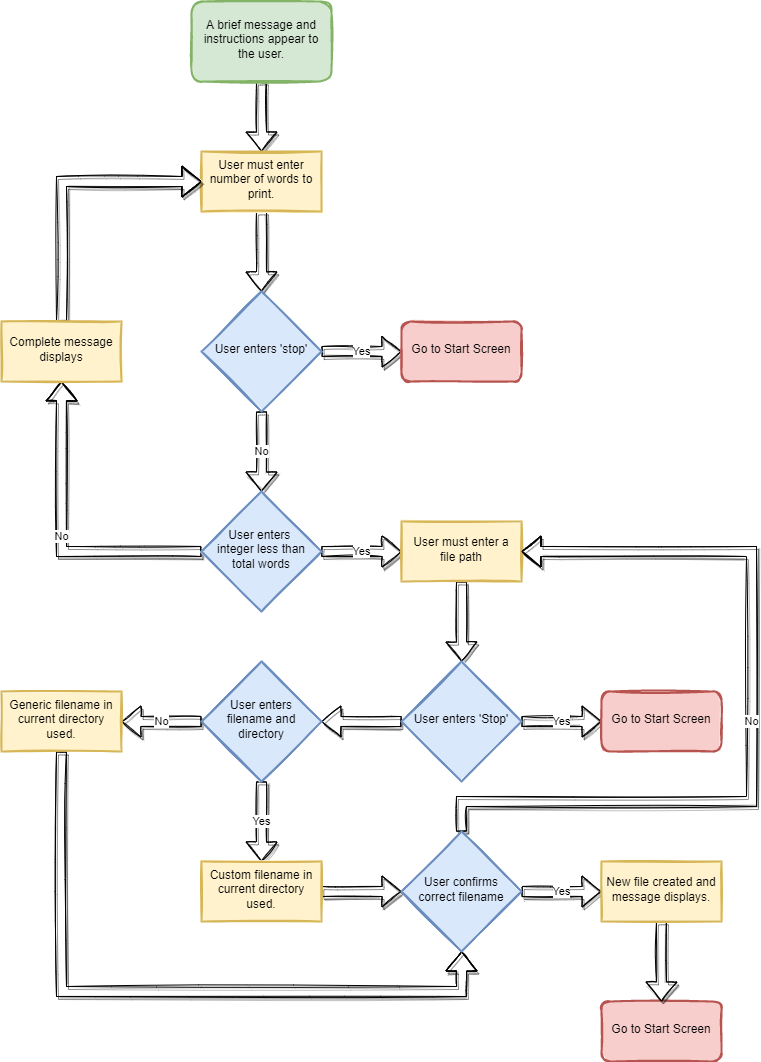
Before: Design/PrintScreenFlow.png, a diagram exported from draw.io (zkturman/LanguageCrawler). Source tidied: cells renumbered, new cells last; positions are measured from the earlier drawing's top-left corner, leaving out a move shared by most shapes. The source it was exported from:
```xml
<mxGraphModel>
  <root>
    <mxCell id="0" />
    <mxCell id="1" parent="0" />
    <mxCell id="2" style="edgeStyle=orthogonalEdgeStyle;rounded=0;jettySize=auto;html=1;exitX=0.5;exitY=1;exitDx=0;exitDy=0;entryX=0.5;entryY=0;entryDx=0;entryDy=0;sketch=1;strokeWidth=1;shadow=1;fillColor=default;shape=flexArrow;" parent="1" edge="1" source="9" target="5">
      <mxGeometry relative="1" as="geometry" />
    </mxCell>
    <mxCell id="3" value="Yes" style="edgeStyle=orthogonalEdgeStyle;rounded=0;jettySize=auto;html=1;exitX=1;exitY=0.5;exitDx=0;exitDy=0;entryX=0;entryY=0.5;entryDx=0;entryDy=0;sketch=1;strokeWidth=1;shadow=1;fillColor=default;shape=flexArrow;" parent="1" edge="1" source="5" target="6">
      <mxGeometry relative="1" as="geometry" />
    </mxCell>
    <mxCell id="4" value="No" style="edgeStyle=orthogonalEdgeStyle;rounded=0;jettySize=auto;html=1;exitX=0.5;exitY=1;exitDx=0;exitDy=0;entryX=0.5;entryY=0;entryDx=0;entryDy=0;sketch=1;strokeWidth=1;shadow=1;fillColor=default;shape=flexArrow;" parent="1" edge="1" source="5" target="14">
      <mxGeometry relative="1" as="geometry" />
    </mxCell>
    <mxCell id="5" value="User enters 'stop'" style="rhombus;whiteSpace=wrap;html=1;shadow=0;fontFamily=Helvetica;fontSize=12;align=center;strokeWidth=2;spacing=6;spacingTop=-4;fillColor=#dae8fc;strokeColor=#6c8ebf;sketch=1;fillStyle=solid;" parent="1" vertex="1">
      <mxGeometry x="200" y="290" width="120" height="120" as="geometry" />
    </mxCell>
    <mxCell id="6" value="Go to Start Screen" style="rounded=1;whiteSpace=wrap;html=1;fontSize=12;glass=0;strokeWidth=2;shadow=0;fillColor=#f8cecc;strokeColor=#b85450;spacing=6;spacingTop=-4;sketch=1;fillStyle=solid;" parent="1" vertex="1">
      <mxGeometry x="400" y="320" width="120" height="60" as="geometry" />
    </mxCell>
    <mxCell id="7" style="edgeStyle=orthogonalEdgeStyle;rounded=0;jettySize=auto;html=1;exitX=0.5;exitY=1;exitDx=0;exitDy=0;entryX=0.5;entryY=0;entryDx=0;entryDy=0;sketch=1;strokeWidth=1;shadow=1;fillColor=default;shape=flexArrow;" parent="1" edge="1" source="8" target="9">
      <mxGeometry relative="1" as="geometry" />
    </mxCell>
    <mxCell id="8" value="A brief message and instructions appear to the user." style="rounded=1;whiteSpace=wrap;html=1;fontSize=12;glass=0;strokeWidth=2;shadow=0;fillColor=#d5e8d4;strokeColor=#82b366;spacing=6;spacingTop=-4;sketch=1;fillStyle=solid;" parent="1" vertex="1">
      <mxGeometry x="190" width="140" height="80" as="geometry" />
    </mxCell>
    <mxCell id="9" value="User must enter number of words to print." style="rounded=0;whiteSpace=wrap;html=1;fillColor=#fff2cc;strokeColor=#d6b656;shadow=0;strokeWidth=2;spacing=6;spacingTop=-4;sketch=1;fillStyle=solid;" parent="1" vertex="1">
      <mxGeometry x="200" y="150" width="120" height="60" as="geometry" />
    </mxCell>
    <mxCell id="10" value="Go to Start Screen" style="rounded=1;whiteSpace=wrap;html=1;fontSize=12;glass=0;strokeWidth=2;shadow=0;fillColor=#f8cecc;strokeColor=#b85450;spacing=6;spacingTop=-4;sketch=1;fillStyle=solid;" parent="1" vertex="1">
      <mxGeometry x="600" y="1000" width="120" height="60" as="geometry" />
    </mxCell>
    <mxCell id="11" style="edgeStyle=orthogonalEdgeStyle;shape=flexArrow;rounded=0;sketch=1;jettySize=auto;html=1;exitX=0.5;exitY=1;exitDx=0;exitDy=0;entryX=0.5;entryY=0;entryDx=0;entryDy=0;shadow=1;labelBackgroundColor=default;fontFamily=Helvetica;fontSize=11;fontColor=default;endArrow=classic;strokeColor=default;strokeWidth=1;fillColor=default;" parent="1" edge="1" source="33" target="10">
      <mxGeometry relative="1" as="geometry" />
    </mxCell>
    <mxCell id="12" value="Yes&lt;br&gt;" style="edgeStyle=orthogonalEdgeStyle;rounded=0;jettySize=auto;html=1;exitX=1;exitY=0.5;exitDx=0;exitDy=0;sketch=1;strokeWidth=1;shadow=1;fillColor=default;shape=flexArrow;entryX=0;entryY=0.5;entryDx=0;entryDy=0;" parent="1" edge="1" source="14" target="16">
      <mxGeometry relative="1" as="geometry" />
    </mxCell>
    <mxCell id="13" value="No" style="edgeStyle=orthogonalEdgeStyle;shape=flexArrow;rounded=0;sketch=1;jettySize=auto;html=1;exitX=0;exitY=0.5;exitDx=0;exitDy=0;shadow=1;labelBackgroundColor=default;fontFamily=Helvetica;fontSize=11;fontColor=default;endArrow=classic;strokeColor=default;strokeWidth=1;fillColor=default;entryX=0.5;entryY=1;entryDx=0;entryDy=0;" parent="1" edge="1" source="14" target="18">
      <mxGeometry relative="1" as="geometry">
        <Array as="points">
          <mxPoint x="60" y="550" />
        </Array>
      </mxGeometry>
    </mxCell>
    <mxCell id="14" value="User enters &lt;br&gt;integer less than total words" style="rhombus;whiteSpace=wrap;html=1;shadow=0;fontFamily=Helvetica;fontSize=12;align=center;strokeWidth=2;spacing=6;spacingTop=-4;fillColor=#dae8fc;strokeColor=#6c8ebf;sketch=1;fillStyle=solid;" parent="1" vertex="1">
      <mxGeometry x="200" y="490" width="120" height="120" as="geometry" />
    </mxCell>
    <mxCell id="15" style="edgeStyle=orthogonalEdgeStyle;shape=flexArrow;rounded=0;sketch=1;jettySize=auto;html=1;exitX=0.5;exitY=1;exitDx=0;exitDy=0;entryX=0.5;entryY=0;entryDx=0;entryDy=0;shadow=1;labelBackgroundColor=default;fontFamily=Helvetica;fontSize=11;fontColor=default;endArrow=classic;strokeColor=default;strokeWidth=1;fillColor=default;" parent="1" edge="1" source="16" target="21">
      <mxGeometry relative="1" as="geometry" />
    </mxCell>
    <mxCell id="16" value="User must enter a file path" style="rounded=0;whiteSpace=wrap;html=1;fillColor=#fff2cc;strokeColor=#d6b656;shadow=0;strokeWidth=2;spacing=6;spacingTop=-4;sketch=1;fillStyle=solid;" parent="1" vertex="1">
      <mxGeometry x="400" y="520" width="120" height="60" as="geometry" />
    </mxCell>
    <mxCell id="17" style="edgeStyle=orthogonalEdgeStyle;shape=flexArrow;rounded=0;sketch=1;jettySize=auto;html=1;exitX=0.5;exitY=0;exitDx=0;exitDy=0;entryX=0;entryY=0.5;entryDx=0;entryDy=0;shadow=1;labelBackgroundColor=default;fontFamily=Helvetica;fontSize=11;fontColor=default;endArrow=classic;strokeColor=default;strokeWidth=1;fillColor=default;" parent="1" edge="1" source="18" target="9">
      <mxGeometry relative="1" as="geometry" />
    </mxCell>
    <mxCell id="18" value="Complete message displays" style="rounded=0;whiteSpace=wrap;html=1;fillColor=#fff2cc;strokeColor=#d6b656;shadow=0;strokeWidth=2;spacing=6;spacingTop=-4;sketch=1;fillStyle=solid;" parent="1" vertex="1">
      <mxGeometry y="320" width="120" height="60" as="geometry" />
    </mxCell>
    <mxCell id="19" value="Yes" style="edgeStyle=orthogonalEdgeStyle;rounded=0;jettySize=auto;html=1;exitX=1;exitY=0.5;exitDx=0;exitDy=0;entryX=0;entryY=0.5;entryDx=0;entryDy=0;sketch=1;strokeWidth=1;shadow=1;fillColor=default;shape=flexArrow;" parent="1" edge="1" source="21" target="22">
      <mxGeometry relative="1" as="geometry" />
    </mxCell>
    <mxCell id="20" style="edgeStyle=orthogonalEdgeStyle;shape=flexArrow;rounded=0;sketch=1;jettySize=auto;html=1;exitX=0;exitY=0.5;exitDx=0;exitDy=0;shadow=1;labelBackgroundColor=default;fontFamily=Helvetica;fontSize=11;fontColor=default;endArrow=classic;strokeColor=default;strokeWidth=1;fillColor=default;entryX=1;entryY=0.5;entryDx=0;entryDy=0;" parent="1" edge="1" source="21" target="25">
      <mxGeometry relative="1" as="geometry" />
    </mxCell>
    <mxCell id="21" value="User enters 'Stop'" style="rhombus;whiteSpace=wrap;html=1;shadow=0;fontFamily=Helvetica;fontSize=12;align=center;strokeWidth=2;spacing=6;spacingTop=-4;fillColor=#dae8fc;strokeColor=#6c8ebf;sketch=1;fillStyle=solid;" parent="1" vertex="1">
      <mxGeometry x="400" y="660" width="120" height="120" as="geometry" />
    </mxCell>
    <mxCell id="22" value="Go to Start Screen" style="rounded=1;whiteSpace=wrap;html=1;fontSize=12;glass=0;strokeWidth=2;shadow=0;fillColor=#f8cecc;strokeColor=#b85450;spacing=6;spacingTop=-4;sketch=1;fillStyle=solid;" parent="1" vertex="1">
      <mxGeometry x="600" y="690" width="120" height="60" as="geometry" />
    </mxCell>
    <mxCell id="23" value="No" style="edgeStyle=orthogonalEdgeStyle;shape=flexArrow;rounded=0;sketch=1;jettySize=auto;html=1;exitX=0;exitY=0.5;exitDx=0;exitDy=0;shadow=1;labelBackgroundColor=default;fontFamily=Helvetica;fontSize=11;fontColor=default;endArrow=classic;strokeColor=default;strokeWidth=1;fillColor=default;entryX=1;entryY=0.5;entryDx=0;entryDy=0;" parent="1" edge="1" source="25" target="27">
      <mxGeometry relative="1" as="geometry" />
    </mxCell>
    <mxCell id="24" value="Yes" style="edgeStyle=orthogonalEdgeStyle;shape=flexArrow;rounded=0;sketch=1;jettySize=auto;html=1;exitX=0.5;exitY=1;exitDx=0;exitDy=0;shadow=1;labelBackgroundColor=default;fontFamily=Helvetica;fontSize=11;fontColor=default;endArrow=classic;strokeColor=default;strokeWidth=1;fillColor=default;" parent="1" edge="1" source="25" target="29">
      <mxGeometry relative="1" as="geometry" />
    </mxCell>
    <mxCell id="25" value="User enters filename and directory" style="rhombus;whiteSpace=wrap;html=1;shadow=0;fontFamily=Helvetica;fontSize=12;align=center;strokeWidth=2;spacing=6;spacingTop=-4;fillColor=#dae8fc;strokeColor=#6c8ebf;sketch=1;fillStyle=solid;" parent="1" vertex="1">
      <mxGeometry x="200" y="660" width="120" height="120" as="geometry" />
    </mxCell>
    <mxCell id="26" style="edgeStyle=orthogonalEdgeStyle;shape=flexArrow;rounded=0;sketch=1;jettySize=auto;html=1;exitX=0.5;exitY=1;exitDx=0;exitDy=0;entryX=0.5;entryY=1;entryDx=0;entryDy=0;shadow=1;labelBackgroundColor=default;fontFamily=Helvetica;fontSize=11;fontColor=default;endArrow=classic;strokeColor=default;strokeWidth=1;fillColor=default;" parent="1" edge="1" source="27" target="32">
      <mxGeometry relative="1" as="geometry">
        <Array as="points">
          <mxPoint x="60" y="990" />
          <mxPoint x="460" y="990" />
        </Array>
      </mxGeometry>
    </mxCell>
    <mxCell id="27" value="Generic filename in current directory used." style="rounded=0;whiteSpace=wrap;html=1;fillColor=#fff2cc;strokeColor=#d6b656;shadow=0;strokeWidth=2;spacing=6;spacingTop=-4;sketch=1;fillStyle=solid;" parent="1" vertex="1">
      <mxGeometry y="690" width="120" height="60" as="geometry" />
    </mxCell>
    <mxCell id="28" style="edgeStyle=orthogonalEdgeStyle;shape=flexArrow;rounded=0;sketch=1;jettySize=auto;html=1;exitX=1;exitY=0.5;exitDx=0;exitDy=0;entryX=0;entryY=0.5;entryDx=0;entryDy=0;shadow=1;labelBackgroundColor=default;fontFamily=Helvetica;fontSize=11;fontColor=default;endArrow=classic;strokeColor=default;strokeWidth=1;fillColor=default;" parent="1" edge="1" source="29" target="32">
      <mxGeometry relative="1" as="geometry" />
    </mxCell>
    <mxCell id="29" value="Custom filename in current directory used." style="rounded=0;whiteSpace=wrap;html=1;fillColor=#fff2cc;strokeColor=#d6b656;shadow=0;strokeWidth=2;spacing=6;spacingTop=-4;sketch=1;fillStyle=solid;" parent="1" vertex="1">
      <mxGeometry x="200" y="860" width="120" height="60" as="geometry" />
    </mxCell>
    <mxCell id="30" value="No" style="edgeStyle=orthogonalEdgeStyle;shape=flexArrow;rounded=0;sketch=1;jettySize=auto;html=1;exitX=0.5;exitY=0;exitDx=0;exitDy=0;shadow=1;labelBackgroundColor=default;fontFamily=Helvetica;fontSize=11;fontColor=default;endArrow=classic;strokeColor=default;strokeWidth=1;fillColor=default;entryX=1;entryY=0.5;entryDx=0;entryDy=0;" parent="1" edge="1" source="32" target="16">
      <mxGeometry relative="1" as="geometry">
        <Array as="points">
          <mxPoint x="460" y="800" />
          <mxPoint x="750" y="800" />
          <mxPoint x="750" y="550" />
        </Array>
      </mxGeometry>
    </mxCell>
    <mxCell id="31" value="Yes" style="edgeStyle=orthogonalEdgeStyle;shape=flexArrow;rounded=0;sketch=1;jettySize=auto;html=1;exitX=1;exitY=0.5;exitDx=0;exitDy=0;shadow=1;labelBackgroundColor=default;fontFamily=Helvetica;fontSize=11;fontColor=default;endArrow=classic;strokeColor=default;strokeWidth=1;fillColor=default;" parent="1" edge="1" source="32" target="33">
      <mxGeometry relative="1" as="geometry" />
    </mxCell>
    <mxCell id="32" value="User confirms correct filename" style="rhombus;whiteSpace=wrap;html=1;shadow=0;fontFamily=Helvetica;fontSize=12;align=center;strokeWidth=2;spacing=6;spacingTop=-4;fillColor=#dae8fc;strokeColor=#6c8ebf;sketch=1;fillStyle=solid;" parent="1" vertex="1">
      <mxGeometry x="400" y="830" width="120" height="120" as="geometry" />
    </mxCell>
    <mxCell id="33" value="New file created and message displays." style="rounded=0;whiteSpace=wrap;html=1;fillColor=#fff2cc;strokeColor=#d6b656;shadow=0;strokeWidth=2;spacing=6;spacingTop=-4;sketch=1;fillStyle=solid;" parent="1" vertex="1">
      <mxGeometry x="600" y="860" width="120" height="60" as="geometry" />
    </mxCell>
  </root>
</mxGraphModel>
```
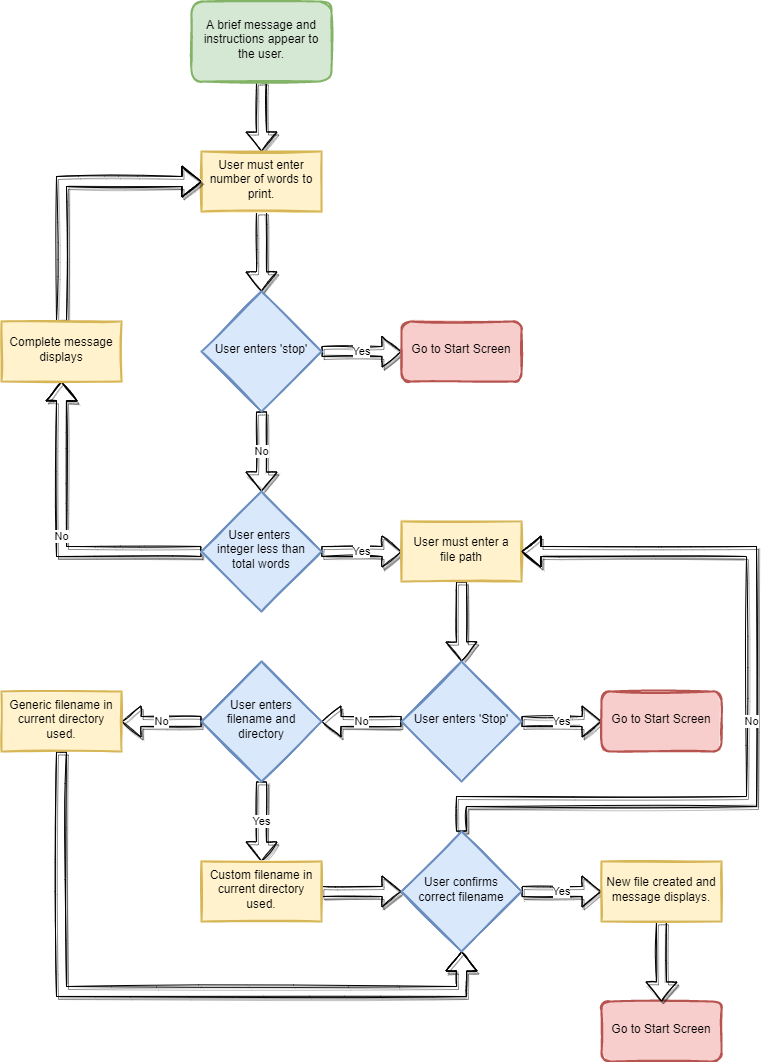
Above is the later version.

Diff of the diagram source:
```diff
@@ -60,7 +60,7 @@
     <mxCell id="19" value="Yes" style="edgeStyle=orthogonalEdgeStyle;rounded=0;jettySize=auto;html=1;exitX=1;exitY=0.5;exitDx=0;exitDy=0;entryX=0;entryY=0.5;entryDx=0;entryDy=0;sketch=1;strokeWidth=1;shadow=1;fillColor=default;shape=flexArrow;" parent="1" edge="1" source="21" target="22">
       <mxGeometry relative="1" as="geometry" />
     </mxCell>
-    <mxCell id="20" style="edgeStyle=orthogonalEdgeStyle;shape=flexArrow;rounded=0;sketch=1;jettySize=auto;html=1;exitX=0;exitY=0.5;exitDx=0;exitDy=0;shadow=1;labelBackgroundColor=default;fontFamily=Helvetica;fontSize=11;fontColor=default;endArrow=classic;strokeColor=default;strokeWidth=1;fillColor=default;entryX=1;entryY=0.5;entryDx=0;entryDy=0;" parent="1" edge="1" source="21" target="25">
+    <mxCell id="20" value="No" style="edgeStyle=orthogonalEdgeStyle;shape=flexArrow;rounded=0;sketch=1;jettySize=auto;html=1;exitX=0;exitY=0.5;exitDx=0;exitDy=0;shadow=1;labelBackgroundColor=default;fontFamily=Helvetica;fontSize=11;fontColor=default;endArrow=classic;strokeColor=default;strokeWidth=1;fillColor=default;entryX=1;entryY=0.5;entryDx=0;entryDy=0;" parent="1" edge="1" source="21" target="25">
       <mxGeometry relative="1" as="geometry" />
     </mxCell>
     <mxCell id="21" value="User enters 'Stop'" style="rhombus;whiteSpace=wrap;html=1;shadow=0;fontFamily=Helvetica;fontSize=12;align=center;strokeWidth=2;spacing=6;spacingTop=-4;fillColor=#dae8fc;strokeColor=#6c8ebf;sketch=1;fillStyle=solid;" parent="1" vertex="1">
```
